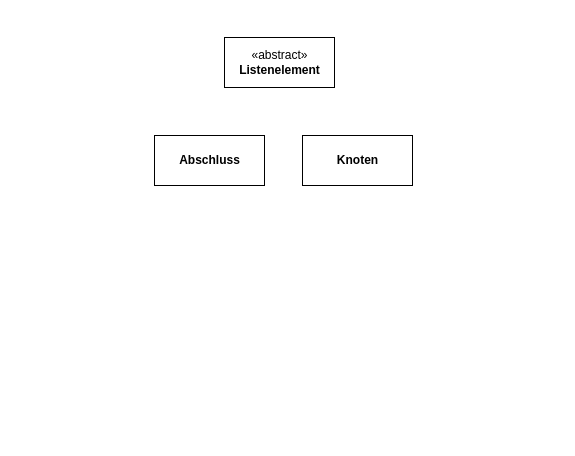
JoernWVSG/diagram keeps this draw.io diagram as page "Page-2" (2 of 2) of 1inf1_S1.drawio. Above is the earlier version. Source tidied: cells renumbered, new cells numbered last; positions are measured from the earlier drawing's top-left corner, leaving out a move shared by most shapes. Both pictures are drawn from the tidied source at 100%, with x=0, y=0 at pixel (154, 37).
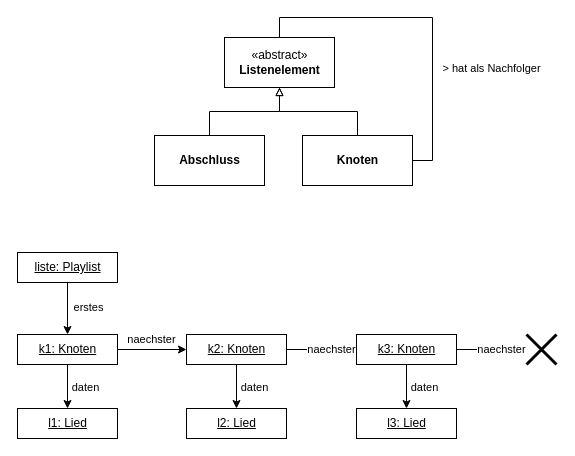
Above is the later version.

Unchanged cells that the change refers to:
```xml
<mxCell id="2" value="&lt;b&gt;Abschluss&lt;/b&gt;" style="html=1;" parent="1" vertex="1">
  <mxGeometry y="98" width="110" height="50" as="geometry" />
</mxCell>
<mxCell id="3" value="&lt;b&gt;Knoten&lt;/b&gt;" style="html=1;" parent="1" vertex="1">
  <mxGeometry x="148" y="98" width="110" height="50" as="geometry" />
</mxCell>
<mxCell id="4" value="«abstract»&lt;br&gt;&lt;b&gt;Listenelement&lt;/b&gt;" style="html=1;" parent="1" vertex="1">
  <mxGeometry x="70" width="110" height="50" as="geometry" />
</mxCell>
```

The edit, as a diff of the source:
```diff
@@
+    <mxCell id="5" style="edgeStyle=orthogonalEdgeStyle;rounded=0;jettySize=auto;html=1;exitX=0.5;exitY=0;exitDx=0;exitDy=0;entryX=0.5;entryY=1;entryDx=0;entryDy=0;endArrow=block;endFill=0;" parent="1" edge="1" source="2" target="4">
+      <mxGeometry relative="1" as="geometry" />
+    </mxCell>
@@
+    <mxCell id="6" style="edgeStyle=orthogonalEdgeStyle;rounded=0;jettySize=auto;html=1;exitX=0.5;exitY=0;exitDx=0;exitDy=0;entryX=0.5;entryY=1;entryDx=0;entryDy=0;endArrow=block;endFill=0;" parent="1" edge="1" source="3" target="4">
+      <mxGeometry relative="1" as="geometry" />
+    </mxCell>
+    <mxCell id="7" style="edgeStyle=orthogonalEdgeStyle;rounded=0;jettySize=auto;html=1;exitX=1;exitY=0.5;exitDx=0;exitDy=0;entryX=0.5;entryY=0;entryDx=0;entryDy=0;endArrow=none;endFill=0;" parent="1" edge="1" source="3" target="4">
+      <mxGeometry relative="1" as="geometry" />
+    </mxCell>
+    <mxCell id="8" value="&amp;gt; hat als Nachfolger" style="edgeLabel;html=1;align=center;verticalAlign=middle;" parent="7" vertex="1">
+      <mxGeometry x="-0.29" y="-1" relative="1" as="geometry">
+        <mxPoint x="57" y="6" as="offset" />
+      </mxGeometry>
+    </mxCell>
@@
+    <mxCell id="9" value="&lt;u&gt;liste: Playlist&lt;/u&gt;" style="html=1;" parent="1" vertex="1">
+      <mxGeometry x="-137" y="215" width="100" height="30" as="geometry" />
+    </mxCell>
+    <mxCell id="10" value="naechster" style="edgeStyle=orthogonalEdgeStyle;rounded=0;jettySize=auto;html=1;exitX=1;exitY=0.5;exitDx=0;exitDy=0;" parent="1" edge="1" source="13" target="14">
+      <mxGeometry x="-0.01" y="10" relative="1" as="geometry" />
+    </mxCell>
+    <mxCell id="11" style="edgeStyle=orthogonalEdgeStyle;rounded=0;jettySize=auto;html=1;exitX=0.5;exitY=1;exitDx=0;exitDy=0;entryX=0.5;entryY=0;entryDx=0;entryDy=0;endArrow=classic;endFill=1;" parent="1" edge="1" source="13" target="17">
+      <mxGeometry relative="1" as="geometry" />
+    </mxCell>
+    <mxCell id="12" value="daten" style="edgeLabel;html=1;align=center;verticalAlign=middle;" parent="11" vertex="1">
+      <mxGeometry x="-0.14" y="2" relative="1" as="geometry">
+        <mxPoint x="15" y="3" as="offset" />
+      </mxGeometry>
+    </mxCell>
+    <mxCell id="13" value="&lt;u&gt;k1: Knoten&lt;/u&gt;" style="html=1;" parent="1" vertex="1">
+      <mxGeometry x="-137" y="297" width="100" height="30" as="geometry" />
+    </mxCell>
+    <mxCell id="14" value="&lt;u&gt;k2: Knoten&lt;/u&gt;" style="html=1;" parent="1" vertex="1">
+      <mxGeometry x="32" y="297" width="100" height="30" as="geometry" />
+    </mxCell>
+    <mxCell id="15" value="naechster" style="edgeStyle=orthogonalEdgeStyle;rounded=0;jettySize=auto;html=1;exitX=1;exitY=0.5;exitDx=0;exitDy=0;" parent="1" edge="1" source="14">
+      <mxGeometry x="-0.01" y="10" relative="1" as="geometry">
+        <mxPoint x="202" y="312" as="targetPoint" />
+      </mxGeometry>
+    </mxCell>
+    <mxCell id="16" value="erstes" style="edgeStyle=orthogonalEdgeStyle;rounded=0;jettySize=auto;html=1;exitX=0.5;exitY=1;exitDx=0;exitDy=0;entryX=0.5;entryY=0;entryDx=0;entryDy=0;" parent="1" edge="1" source="9" target="13">
+      <mxGeometry x="-0.04" y="21" relative="1" as="geometry" />
+    </mxCell>
+    <mxCell id="17" value="&lt;u&gt;l1: Lied&lt;/u&gt;" style="html=1;" parent="1" vertex="1">
+      <mxGeometry x="-137" y="371" width="100" height="30" as="geometry" />
+    </mxCell>
+    <mxCell id="18" value="&lt;u&gt;l2: Lied&lt;/u&gt;" style="html=1;" parent="1" vertex="1">
+      <mxGeometry x="32" y="371" width="100" height="30" as="geometry" />
+    </mxCell>
+    <mxCell id="19" style="edgeStyle=orthogonalEdgeStyle;rounded=0;jettySize=auto;html=1;exitX=0.5;exitY=1;exitDx=0;exitDy=0;entryX=0.5;entryY=0;entryDx=0;entryDy=0;endArrow=classic;endFill=1;" parent="1" edge="1" source="14" target="18">
+      <mxGeometry relative="1" as="geometry" />
+    </mxCell>
+    <mxCell id="20" value="daten" style="edgeLabel;html=1;align=center;verticalAlign=middle;" parent="19" vertex="1">
+      <mxGeometry x="-0.14" y="2" relative="1" as="geometry">
+        <mxPoint x="15" y="3" as="offset" />
+      </mxGeometry>
+    </mxCell>
+    <mxCell id="21" value="&lt;u&gt;k3: Knoten&lt;/u&gt;" style="html=1;" parent="1" vertex="1">
+      <mxGeometry x="202" y="297" width="100" height="30" as="geometry" />
+    </mxCell>
+    <mxCell id="22" value="naechster" style="edgeStyle=orthogonalEdgeStyle;rounded=0;jettySize=auto;html=1;exitX=1;exitY=0.5;exitDx=0;exitDy=0;" parent="1" edge="1" source="21">
+      <mxGeometry x="-0.01" y="10" relative="1" as="geometry">
+        <mxPoint x="372" y="312" as="targetPoint" />
+      </mxGeometry>
+    </mxCell>
+    <mxCell id="23" value="&lt;u&gt;l3: Lied&lt;/u&gt;" style="html=1;" parent="1" vertex="1">
+      <mxGeometry x="202" y="371" width="100" height="30" as="geometry" />
+    </mxCell>
+    <mxCell id="24" style="edgeStyle=orthogonalEdgeStyle;rounded=0;jettySize=auto;html=1;exitX=0.5;exitY=1;exitDx=0;exitDy=0;entryX=0.5;entryY=0;entryDx=0;entryDy=0;endArrow=classic;endFill=1;" parent="1" edge="1" source="21" target="23">
+      <mxGeometry relative="1" as="geometry" />
+    </mxCell>
+    <mxCell id="25" value="daten" style="edgeLabel;html=1;align=center;verticalAlign=middle;" parent="24" vertex="1">
+      <mxGeometry x="-0.14" y="2" relative="1" as="geometry">
+        <mxPoint x="15" y="3" as="offset" />
+      </mxGeometry>
+    </mxCell>
+    <mxCell id="26" style="shape=umlDestroy;whiteSpace=wrap;html=1;strokeWidth=3;" parent="1" vertex="1">
+      <mxGeometry x="372" y="297" width="30" height="30" as="geometry" />
+    </mxCell>
```
